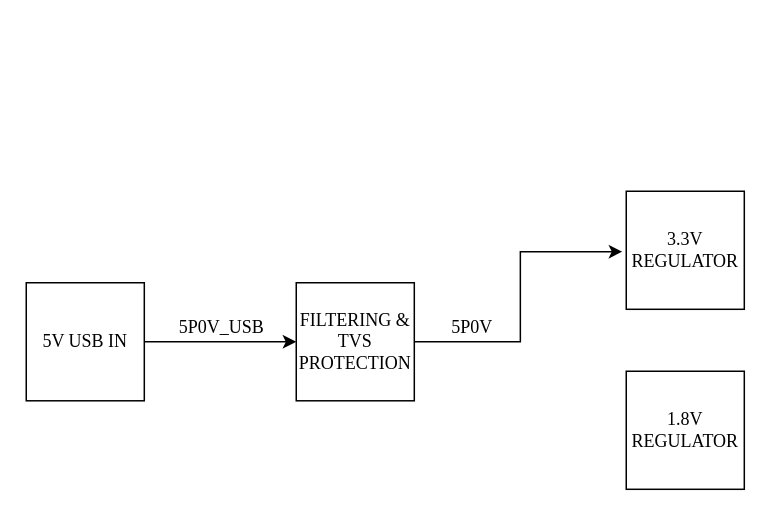
Earlier version of the draw.io diagram page "Power" (2 of 4) of 1_hw/01_block_diagram/arb.drawio (brzyzek/arb). Source tidied: cells renumbered, new cells numbered last; positions are measured from the earlier drawing's top-left corner, leaving out a move shared by most shapes. Both pictures are drawn from the tidied source at 150%, with x=0, y=0 at pixel (26, 190).
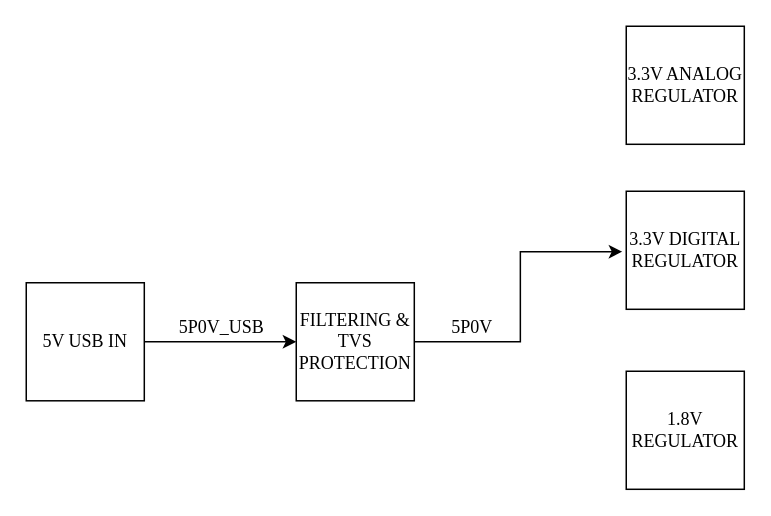
The same page after the edit.

The edit, as a diff of the source:
```diff
@@
 <mxGraphModel>
   <root>
     <mxCell id="0" />
     <mxCell id="1" parent="0" />
     <mxCell id="2" value="1.8V REGULATOR" style="rounded=0;whiteSpace=wrap;html=1;fontFamily=Times New Roman;glass=0;shadow=0;" parent="1" vertex="1">
       <mxGeometry x="400" y="120" width="78.7" height="78.7" as="geometry" />
     </mxCell>
-    <mxCell id="3" value="3.3&lt;span style=&quot;background-color: initial;&quot;&gt;V REGULATOR&lt;/span&gt;" style="rounded=0;whiteSpace=wrap;html=1;fontFamily=Times New Roman;glass=0;shadow=0;" parent="1" vertex="1">
+    <mxCell id="3" value="3.3&lt;span style=&quot;background-color: initial;&quot;&gt;V DIGITAL REGULATOR&lt;/span&gt;" style="rounded=0;whiteSpace=wrap;html=1;fontFamily=Times New Roman;glass=0;shadow=0;" parent="1" vertex="1">
       <mxGeometry x="400" width="78.7" height="78.7" as="geometry" />
     </mxCell>
     <mxCell id="4" style="edgeStyle=orthogonalEdgeStyle;rounded=0;jettySize=auto;html=1;entryX=0;entryY=0.5;entryDx=0;entryDy=0;fontFamily=Times New Roman;fontSize=12;fontColor=default;" parent="1" edge="1" source="6" target="9">
       <mxGeometry relative="1" as="geometry" />
     </mxCell>
     <mxCell id="5" value="5P0V_USB" style="edgeLabel;html=1;align=center;verticalAlign=middle;strokeColor=default;fontFamily=Times New Roman;fontSize=12;fontColor=default;fillColor=default;" parent="4" vertex="1">
       <mxGeometry x="0.11" y="-2" relative="1" as="geometry">
         <mxPoint x="-5" y="-12" as="offset" />
       </mxGeometry>
     </mxCell>
     <mxCell id="6" value="5V USB IN" style="rounded=0;whiteSpace=wrap;html=1;fontFamily=Times New Roman;glass=0;shadow=0;" parent="1" vertex="1">
       <mxGeometry y="61" width="78.7" height="78.7" as="geometry" />
     </mxCell>
     <mxCell id="7" style="edgeStyle=orthogonalEdgeStyle;rounded=0;jettySize=auto;html=1;fontFamily=Times New Roman;fontSize=12;fontColor=default;entryX=-0.034;entryY=0.512;entryDx=0;entryDy=0;entryPerimeter=0;" parent="1" edge="1" source="9" target="3">
       <mxGeometry relative="1" as="geometry" />
     </mxCell>
     <mxCell id="8" value="5P0V" style="edgeLabel;html=1;align=center;verticalAlign=middle;strokeColor=default;fontFamily=Times New Roman;fontSize=12;fontColor=default;fillColor=default;" parent="7" vertex="1">
       <mxGeometry x="-0.62" y="-2" relative="1" as="geometry">
         <mxPoint y="-12" as="offset" />
       </mxGeometry>
     </mxCell>
     <mxCell id="9" value="FILTERING &amp;amp; TVS PROTECTION" style="rounded=0;whiteSpace=wrap;html=1;fontFamily=Times New Roman;glass=0;shadow=0;" parent="1" vertex="1">
       <mxGeometry x="180" y="61" width="78.7" height="78.7" as="geometry" />
     </mxCell>
+    <mxCell id="10" value="3.3&lt;span style=&quot;background-color: initial;&quot;&gt;V ANALOG REGULATOR&lt;/span&gt;" style="rounded=0;whiteSpace=wrap;html=1;fontFamily=Times New Roman;glass=0;shadow=0;" parent="1" vertex="1">
+      <mxGeometry x="400" y="-110" width="78.7" height="78.7" as="geometry" />
+    </mxCell>
   </root>
 </mxGraphModel>
```
